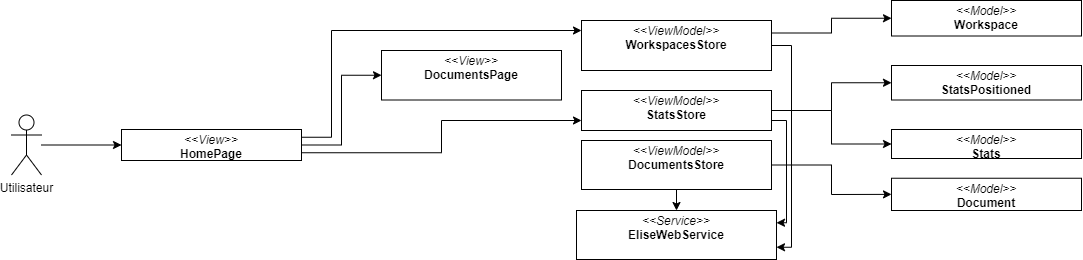
This is images_pfe/dca_sprint7.png from PFE-Neoledge-2023/rapport, a draw.io export, as it was before one commit. Source tidied: cells renumbered, new cells last; positions are measured from the earlier drawing's top-left corner, leaving out a move shared by most shapes.
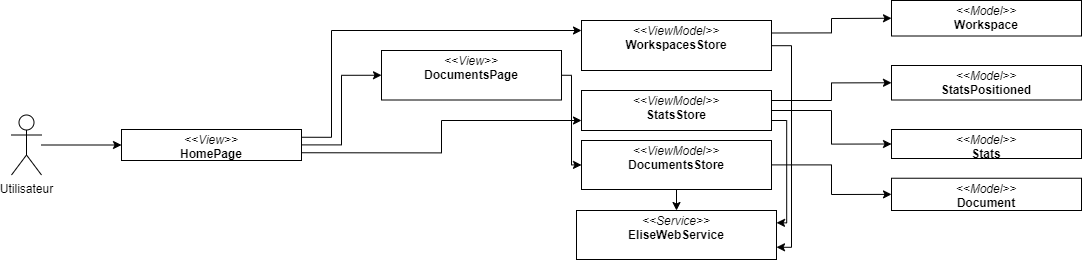
Later version of the same file.

Diff of the diagram source:
```diff
@@ -11,14 +11,27 @@
     <mxCell id="4" value="Utilisateur" style="shape=umlActor;verticalLabelPosition=bottom;verticalAlign=top;html=1;outlineConnect=0;" parent="1" vertex="1">
       <mxGeometry y="114.5" width="30" height="60" as="geometry" />
     </mxCell>
+    <mxCell id="25" style="edgeStyle=orthogonalEdgeStyle;rounded=0;html=1;exitX=1;exitY=0.5;exitDx=0;exitDy=0;entryX=0;entryY=0.5;entryDx=0;entryDy=0;" parent="1" edge="1" source="5" target="17">
+      <mxGeometry relative="1" as="geometry" />
+    </mxCell>
     <mxCell id="5" value="&lt;p style=&quot;margin:0px;margin-top:4px;text-align:center;&quot;&gt;&lt;i&gt;&amp;lt;&amp;lt;View&amp;gt;&amp;gt;&lt;/i&gt;&lt;br&gt;&lt;b&gt;DocumentsPage&lt;/b&gt;&lt;/p&gt;" style="verticalAlign=top;align=left;overflow=fill;fontSize=12;fontFamily=Helvetica;html=1;whiteSpace=wrap;" parent="1" vertex="1">
       <mxGeometry x="370" y="50" width="180" height="49.5" as="geometry" />
     </mxCell>
     <mxCell id="6" style="edgeStyle=orthogonalEdgeStyle;rounded=0;html=1;entryX=0;entryY=0.5;entryDx=0;entryDy=0;" parent="1" edge="1" source="9" target="19">
-      <mxGeometry relative="1" as="geometry" />
+      <mxGeometry relative="1" as="geometry">
+        <Array as="points">
+          <mxPoint x="820" y="110" />
+          <mxPoint x="820" y="143" />
+        </Array>
+      </mxGeometry>
     </mxCell>
     <mxCell id="7" style="edgeStyle=orthogonalEdgeStyle;rounded=0;html=1;entryX=0;entryY=0.5;entryDx=0;entryDy=0;" parent="1" edge="1" source="9" target="18">
-      <mxGeometry relative="1" as="geometry" />
+      <mxGeometry relative="1" as="geometry">
+        <Array as="points">
+          <mxPoint x="820" y="100" />
+          <mxPoint x="820" y="82" />
+        </Array>
+      </mxGeometry>
     </mxCell>
     <mxCell id="8" style="edgeStyle=orthogonalEdgeStyle;rounded=0;html=1;exitX=1;exitY=0.75;exitDx=0;exitDy=0;entryX=1;entryY=0.25;entryDx=0;entryDy=0;" parent="1" edge="1" source="9" target="10">
       <mxGeometry relative="1" as="geometry" />
```
